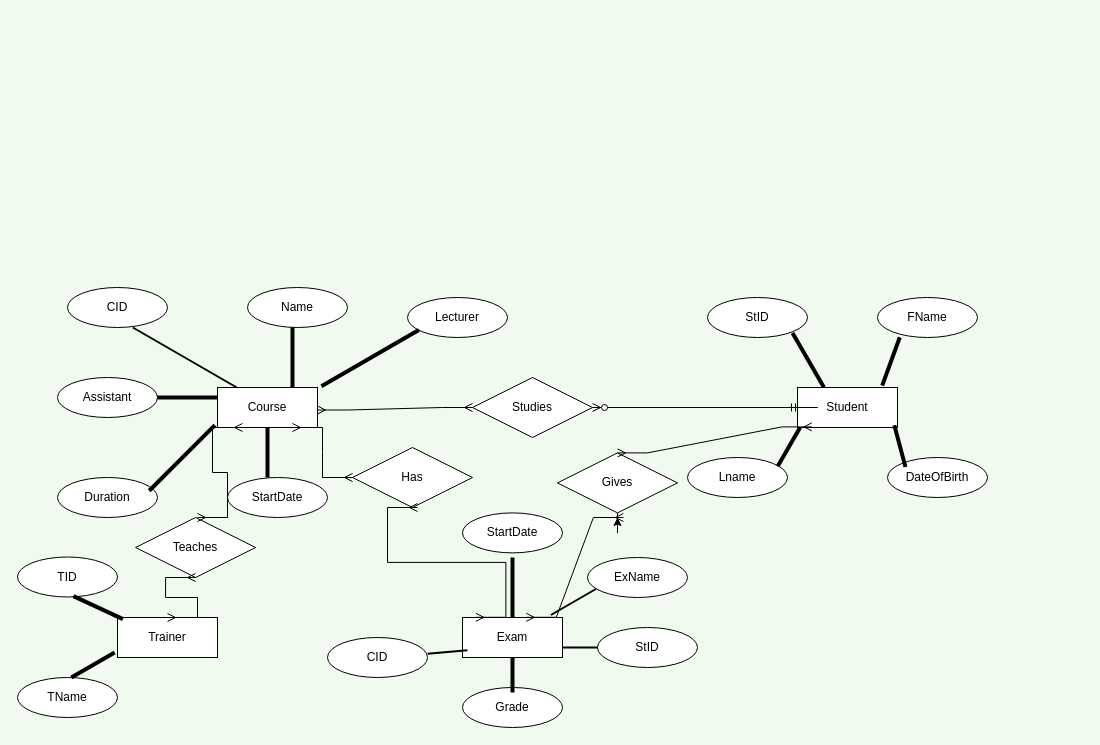
Sirrafail/Spira keeps this draw.io diagram as Untitled Diagram.drawio. Above is the earlier version. Source tidied: cells renumbered, new cells numbered last; positions are measured from the earlier drawing's top-left corner, leaving out a move shared by most shapes. Both pictures are drawn from the tidied source at 100%, with x=0, y=0 at pixel (17, 287).
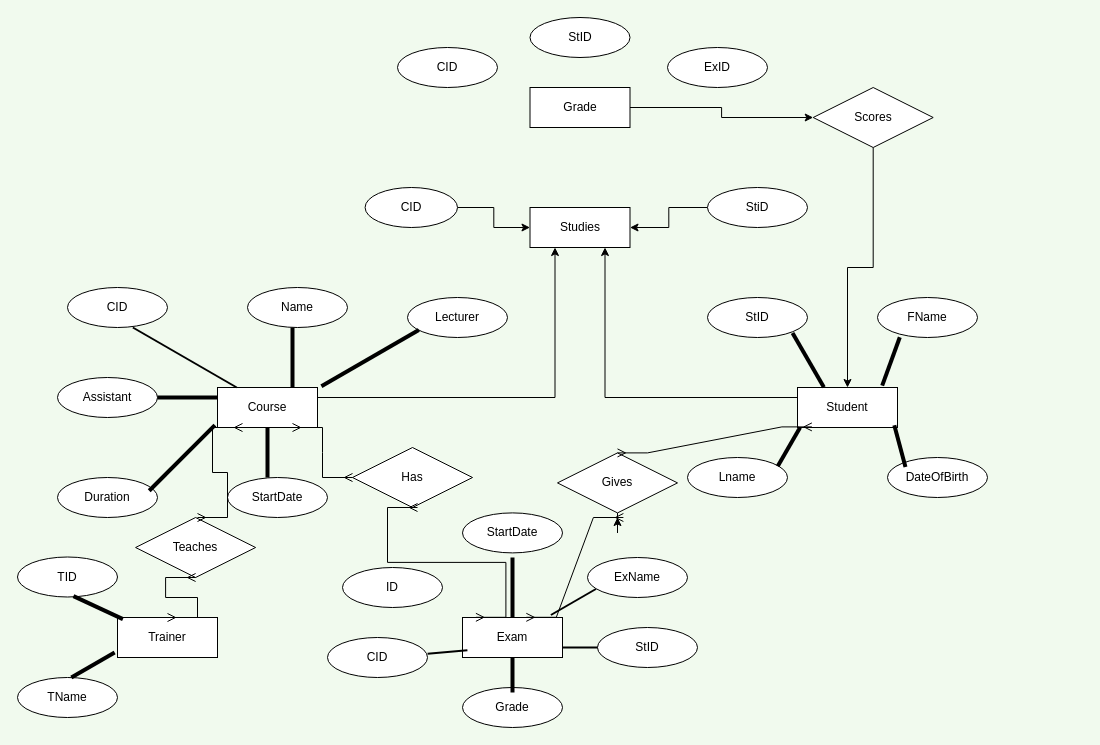
After the change.

Unchanged cells that the change refers to:
```xml
<mxCell id="2" value="Course" style="whiteSpace=wrap;html=1;align=center;" parent="1" vertex="1">
  <mxGeometry x="200" y="100" width="100" height="40" as="geometry" />
</mxCell>
<mxCell id="3" value="Student" style="whiteSpace=wrap;html=1;align=center;" parent="1" vertex="1">
  <mxGeometry x="780" y="100" width="100" height="40" as="geometry" />
</mxCell>
```

Diff of the diagram source:
```diff
@@
+    <mxCell id="53" style="edgeStyle=orthogonalEdgeStyle;rounded=0;jettySize=auto;html=1;exitX=1;exitY=0.5;exitDx=0;exitDy=0;entryX=0.25;entryY=1;entryDx=0;entryDy=0;" parent="1" edge="1" source="2" target="24">
+      <mxGeometry relative="1" as="geometry">
+        <Array as="points">
+          <mxPoint x="300" y="110" />
+          <mxPoint x="538" y="110" />
+        </Array>
+      </mxGeometry>
+    </mxCell>
@@
-    <mxCell id="24" value="Studies" style="shape=rhombus;perimeter=rhombusPerimeter;whiteSpace=wrap;html=1;align=center;" parent="1" vertex="1">
-      <mxGeometry x="455" y="90" width="120" height="60" as="geometry" />
-    </mxCell>
-    <mxCell id="25" style="edgeStyle=entityRelationEdgeStyle;fontSize=12;html=1;endArrow=ERmany;startArrow=ERmany;rounded=0;entryX=0;entryY=0.5;entryDx=0;entryDy=0;" parent="1" edge="1" target="24">
-      <mxGeometry relative="1" as="geometry">
-        <mxPoint x="300" y="122.5" as="sourcePoint" />
-      </mxGeometry>
-    </mxCell>
-    <mxCell id="26" style="edgeStyle=entityRelationEdgeStyle;fontSize=12;html=1;endArrow=ERzeroToMany;startArrow=ERmandOne;rounded=0;entryX=1;entryY=0.5;entryDx=0;entryDy=0;" parent="1" edge="1" target="24">
-      <mxGeometry relative="1" as="geometry">
-        <mxPoint x="770" y="120" as="sourcePoint" />
-      </mxGeometry>
-    </mxCell>
+    <mxCell id="54" style="edgeStyle=orthogonalEdgeStyle;rounded=0;jettySize=auto;html=1;exitX=0;exitY=0.5;exitDx=0;exitDy=0;entryX=0.75;entryY=1;entryDx=0;entryDy=0;" parent="1" edge="1" source="3" target="24">
+      <mxGeometry relative="1" as="geometry">
+        <Array as="points">
+          <mxPoint x="780" y="110" />
+          <mxPoint x="588" y="110" />
+        </Array>
+      </mxGeometry>
+    </mxCell>
@@
+    <mxCell id="55" style="edgeStyle=orthogonalEdgeStyle;rounded=0;jettySize=auto;html=1;exitX=1;exitY=0.5;exitDx=0;exitDy=0;entryX=0;entryY=0.5;entryDx=0;entryDy=0;" parent="1" edge="1" source="56" target="66">
+      <mxGeometry relative="1" as="geometry" />
+    </mxCell>
+    <mxCell id="56" value="Grade" style="whiteSpace=wrap;html=1;align=center;" parent="1" vertex="1">
+      <mxGeometry x="512.5" y="-200" width="100" height="40" as="geometry" />
+    </mxCell>
+    <mxCell id="57" value="CID" style="ellipse;whiteSpace=wrap;html=1;align=center;" parent="1" vertex="1">
+      <mxGeometry x="380" y="-240" width="100" height="40" as="geometry" />
+    </mxCell>
+    <mxCell id="58" value="StID" style="ellipse;whiteSpace=wrap;html=1;align=center;" parent="1" vertex="1">
+      <mxGeometry x="512.5" y="-270" width="100" height="40" as="geometry" />
+    </mxCell>
+    <mxCell id="59" value="ID" style="ellipse;whiteSpace=wrap;html=1;align=center;" parent="1" vertex="1">
+      <mxGeometry x="325" y="280" width="100" height="40" as="geometry" />
+    </mxCell>
+    <mxCell id="60" value="ExID" style="ellipse;whiteSpace=wrap;html=1;align=center;" parent="1" vertex="1">
+      <mxGeometry x="650" y="-240" width="100" height="40" as="geometry" />
+    </mxCell>
+    <mxCell id="24" value="Studies" style="whiteSpace=wrap;html=1;align=center;" parent="1" vertex="1">
+      <mxGeometry x="512.5" y="-80" width="100" height="40" as="geometry" />
+    </mxCell>
+    <mxCell id="61" style="edgeStyle=orthogonalEdgeStyle;rounded=0;jettySize=auto;html=1;exitX=1;exitY=0.5;exitDx=0;exitDy=0;entryX=0;entryY=0.5;entryDx=0;entryDy=0;" parent="1" edge="1" source="62" target="24">
+      <mxGeometry relative="1" as="geometry" />
+    </mxCell>
+    <mxCell id="62" value="CID" style="ellipse;whiteSpace=wrap;html=1;align=center;" parent="1" vertex="1">
+      <mxGeometry x="347.6" y="-100" width="92.4" height="40" as="geometry" />
+    </mxCell>
+    <mxCell id="63" style="edgeStyle=orthogonalEdgeStyle;rounded=0;jettySize=auto;html=1;exitX=0;exitY=0.5;exitDx=0;exitDy=0;entryX=1;entryY=0.5;entryDx=0;entryDy=0;" parent="1" edge="1" source="64" target="24">
+      <mxGeometry relative="1" as="geometry" />
+    </mxCell>
+    <mxCell id="64" value="StiD" style="ellipse;whiteSpace=wrap;html=1;align=center;" parent="1" vertex="1">
+      <mxGeometry x="690" y="-100" width="100" height="40" as="geometry" />
+    </mxCell>
+    <mxCell id="65" style="edgeStyle=orthogonalEdgeStyle;rounded=0;jettySize=auto;html=1;exitX=0.5;exitY=1;exitDx=0;exitDy=0;" parent="1" edge="1" source="66" target="3">
+      <mxGeometry relative="1" as="geometry" />
+    </mxCell>
+    <mxCell id="66" value="Scores" style="shape=rhombus;perimeter=rhombusPerimeter;whiteSpace=wrap;html=1;align=center;" parent="1" vertex="1">
+      <mxGeometry x="795.7" y="-200" width="120" height="60" as="geometry" />
+    </mxCell>
```
